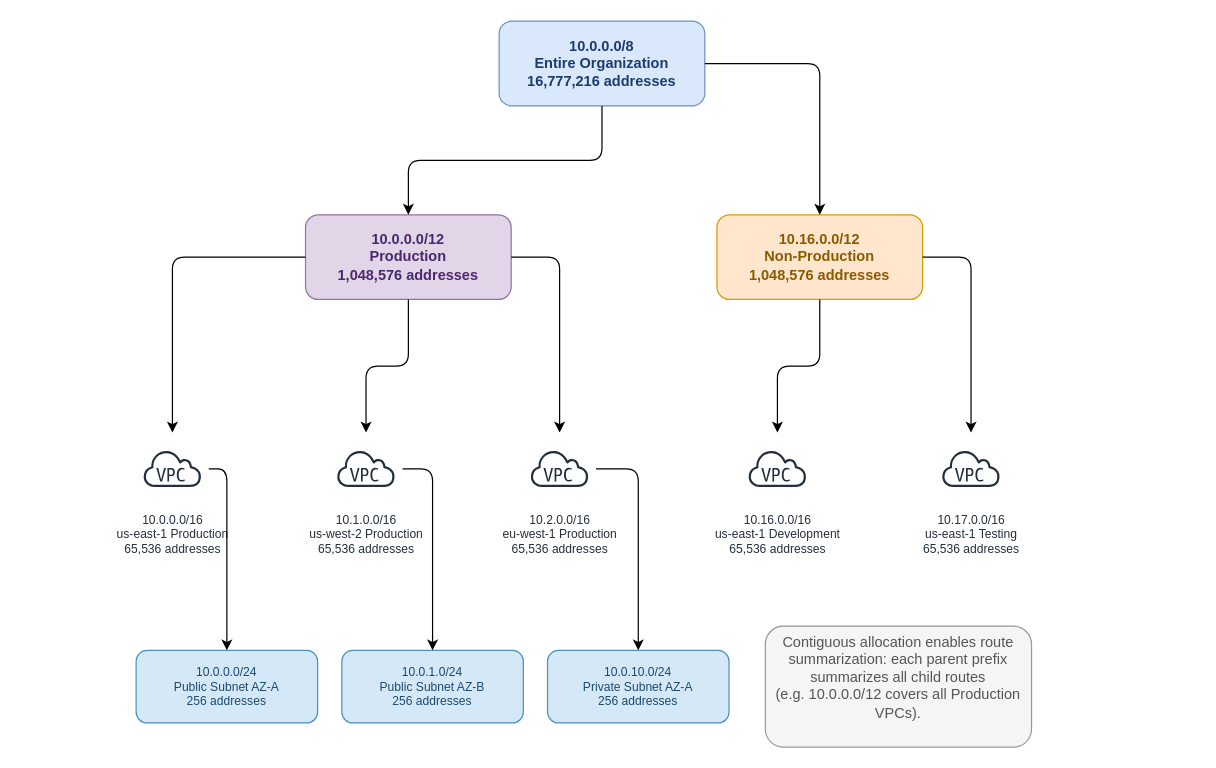
This is content/assets/foundation/cidr-hierarchy.drawio from aws/aws-networking-best-practices, a draw.io file, before an edit. Source tidied: cells renumbered, new cells numbered last; positions are measured from the earlier drawing's top-left corner, leaving out a move shared by most shapes. Both pictures are drawn from the tidied source at 121%, with x=0, y=0 at pixel (136, 21).
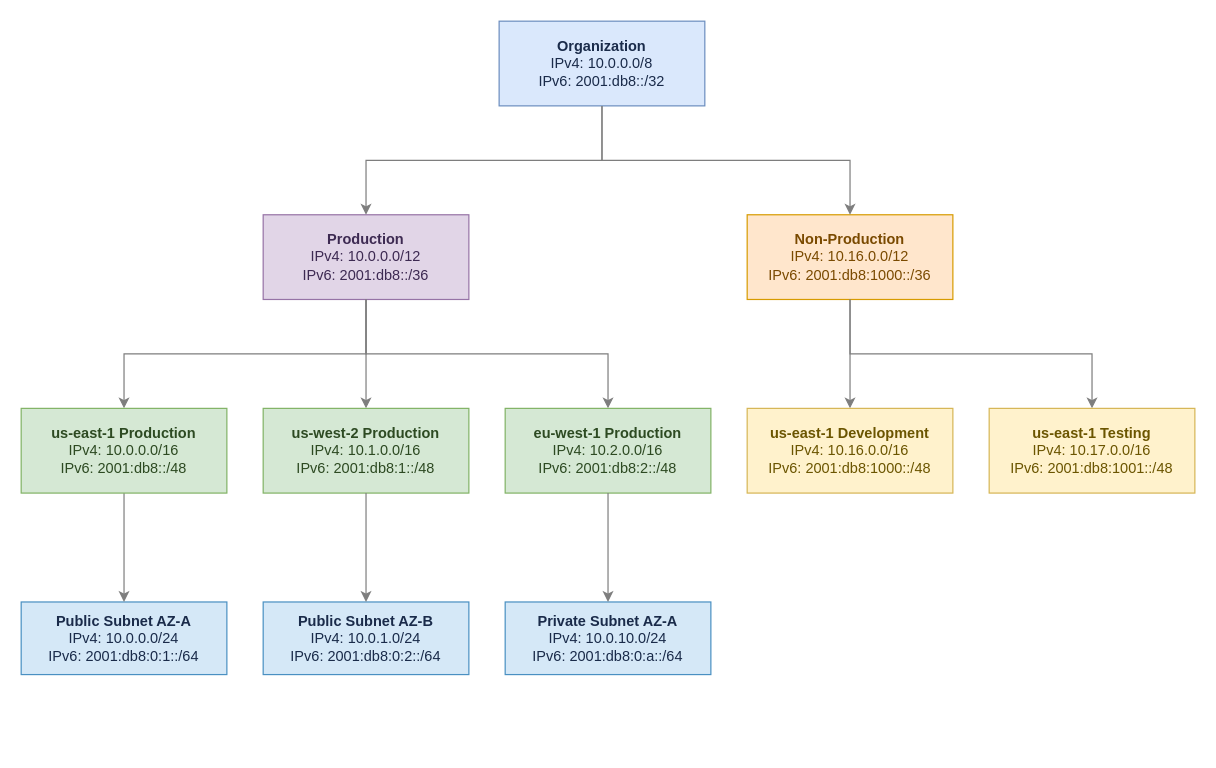
The same page after the edit.

What changed in the source:
```diff
@@
-    <mxCell id="2" value="10.0.0.0/8&#10;Entire Organization&#10;16,777,216 addresses" style="rounded=1;whiteSpace=wrap;html=1;fillColor=#dae8fc;strokeColor=#6c8ebf;fontColor=#1a3c6e;fontStyle=1;" parent="1" vertex="1">
+    <mxCell id="2" value="&lt;b style=&quot;color: rgb(26, 43, 74);&quot;&gt;Organization&lt;/b&gt;&lt;br style=&quot;color: rgb(26, 43, 74); font-weight: 400;&quot;&gt;&lt;span style=&quot;color: rgb(26, 43, 74); font-weight: 400;&quot;&gt;IPv4: 10.0.0.0/8&lt;/span&gt;&lt;br style=&quot;color: rgb(26, 43, 74); font-weight: 400;&quot;&gt;&lt;span style=&quot;color: rgb(26, 43, 74); font-weight: 400;&quot;&gt;IPv6: 2001:db8::/32&lt;/span&gt;" style="rounded=0;whiteSpace=wrap;html=1;fillColor=#dae8fc;strokeColor=#6c8ebf;fontColor=#1a3c6e;fontStyle=1;" parent="1" vertex="1">
       <mxGeometry x="300" width="170" height="70" as="geometry" />
     </mxCell>
-    <mxCell id="3" value="10.0.0.0/12&#10;Production&#10;1,048,576 addresses" style="rounded=1;whiteSpace=wrap;html=1;fillColor=#e1d5e7;strokeColor=#9673a6;fontColor=#4b286d;fontStyle=1;" parent="1" vertex="1">
-      <mxGeometry x="140" y="160" width="170" height="70" as="geometry" />
+    <mxCell id="3" value="&lt;b style=&quot;color: rgb(61, 42, 82);&quot;&gt;Production&lt;/b&gt;&lt;br style=&quot;color: rgb(61, 42, 82); font-weight: 400;&quot;&gt;&lt;span style=&quot;color: rgb(61, 42, 82); font-weight: 400;&quot;&gt;IPv4: 10.0.0.0/12&lt;/span&gt;&lt;br style=&quot;color: rgb(61, 42, 82); font-weight: 400;&quot;&gt;&lt;span style=&quot;color: rgb(61, 42, 82); font-weight: 400;&quot;&gt;IPv6: 2001:db8::/36&lt;/span&gt;" style="rounded=0;whiteSpace=wrap;html=1;fillColor=#e1d5e7;strokeColor=#9673a6;fontColor=#4b286d;fontStyle=1;" parent="1" vertex="1">
+      <mxGeometry x="105" y="160" width="170" height="70" as="geometry" />
     </mxCell>
-    <mxCell id="4" value="10.16.0.0/12&#10;Non-Production&#10;1,048,576 addresses" style="rounded=1;whiteSpace=wrap;html=1;fillColor=#ffe6cc;strokeColor=#d79b00;fontColor=#8a5a00;fontStyle=1;" parent="1" vertex="1">
-      <mxGeometry x="480" y="160" width="170" height="70" as="geometry" />
+    <mxCell id="4" value="&lt;b style=&quot;color: rgb(122, 74, 0);&quot;&gt;Non-Production&lt;/b&gt;&lt;br style=&quot;color: rgb(122, 74, 0); font-weight: 400;&quot;&gt;&lt;span style=&quot;color: rgb(122, 74, 0); font-weight: 400;&quot;&gt;IPv4: 10.16.0.0/12&lt;/span&gt;&lt;br style=&quot;color: rgb(122, 74, 0); font-weight: 400;&quot;&gt;&lt;span style=&quot;color: rgb(122, 74, 0); font-weight: 400;&quot;&gt;IPv6: 2001:db8:1000::/36&lt;/span&gt;" style="rounded=0;whiteSpace=wrap;html=1;fillColor=#ffe6cc;strokeColor=#d79b00;fontColor=#8a5a00;fontStyle=1;" parent="1" vertex="1">
+      <mxGeometry x="505" y="160" width="170" height="70" as="geometry" />
     </mxCell>
-    <mxCell id="5" value="10.0.0.0/16&#10;us-east-1 Production&#10;65,536 addresses" style="sketch=0;outlineConnect=0;fontColor=#232F3E;gradientColor=none;strokeColor=#232F3E;fillColor=#ffffff;dashed=0;verticalLabelPosition=bottom;verticalAlign=top;align=center;html=1;fontSize=10;fontStyle=0;shape=mxgraph.aws4.resourceIcon;resIcon=mxgraph.aws4.virtual_private_cloud;" parent="1" vertex="1">
-      <mxGeometry y="340" width="60" height="60" as="geometry" />
-    </mxCell>
-    <mxCell id="6" value="10.16.0.0/16&#10;us-east-1 Development&#10;65,536 addresses" style="sketch=0;outlineConnect=0;fontColor=#232F3E;gradientColor=none;strokeColor=#232F3E;fillColor=none;dashed=0;verticalLabelPosition=bottom;verticalAlign=top;align=center;html=1;fontSize=10;fontStyle=0;shape=mxgraph.aws4.resourceIcon;resIcon=mxgraph.aws4.virtual_private_cloud;" parent="1" vertex="1">
-      <mxGeometry x="500" y="340" width="60" height="60" as="geometry" />
-    </mxCell>
-    <mxCell id="7" value="10.17.0.0/16&#10;us-east-1 Testing&#10;65,536 addresses" style="sketch=0;outlineConnect=0;fontColor=#232F3E;gradientColor=none;strokeColor=#232F3E;fillColor=none;dashed=0;verticalLabelPosition=bottom;verticalAlign=top;align=center;html=1;fontSize=10;fontStyle=0;shape=mxgraph.aws4.resourceIcon;resIcon=mxgraph.aws4.virtual_private_cloud;" parent="1" vertex="1">
-      <mxGeometry x="660" y="340" width="60" height="60" as="geometry" />
-    </mxCell>
-    <mxCell id="8" value="10.0.0.0/24&#10;Public Subnet AZ-A&#10;256 addresses" style="rounded=1;whiteSpace=wrap;html=1;fillColor=#d5e8f7;strokeColor=#4a90c2;fontColor=#1a4a6e;fontSize=10;" parent="1" vertex="1">
-      <mxGeometry y="520" width="150" height="60" as="geometry" />
+    <mxCell id="8" value="&lt;b style=&quot;color: rgb(26, 43, 74); font-size: 12px; text-align: left;&quot;&gt;Public Subnet AZ-A&lt;/b&gt;&lt;br style=&quot;color: rgb(26, 43, 74); font-size: 12px; text-align: left;&quot;&gt;&lt;span style=&quot;color: rgb(26, 43, 74); font-size: 12px; text-align: left;&quot;&gt;IPv4: 10.0.0.0/24&lt;/span&gt;&lt;br style=&quot;color: rgb(26, 43, 74); font-size: 12px; text-align: left;&quot;&gt;&lt;span style=&quot;color: rgb(26, 43, 74); font-size: 12px; text-align: left;&quot;&gt;IPv6: 2001:db8:0:1::/64&lt;/span&gt;" style="rounded=0;whiteSpace=wrap;html=1;fillColor=#d5e8f7;strokeColor=#4a90c2;fontColor=#1a4a6e;fontSize=10;" parent="1" vertex="1">
+      <mxGeometry x="-95" y="480" width="170" height="60" as="geometry" />
     </mxCell>
-    <mxCell id="9" value="10.0.1.0/24&#10;Public Subnet AZ-B&#10;256 addresses" style="rounded=1;whiteSpace=wrap;html=1;fillColor=#d5e8f7;strokeColor=#4a90c2;fontColor=#1a4a6e;fontSize=10;" parent="1" vertex="1">
-      <mxGeometry x="170" y="520" width="150" height="60" as="geometry" />
-    </mxCell>
-    <mxCell id="10" value="10.0.10.0/24&#10;Private Subnet AZ-A&#10;256 addresses" style="rounded=1;whiteSpace=wrap;html=1;fillColor=#d5e8f7;strokeColor=#4a90c2;fontColor=#1a4a6e;fontSize=10;" parent="1" vertex="1">
-      <mxGeometry x="340" y="520" width="150" height="60" as="geometry" />
-    </mxCell>
-    <mxCell id="11" style="edgeStyle=orthogonalEdgeStyle;rounded=1;html=1;" parent="1" edge="1" source="2" target="3">
+    <mxCell id="11" style="edgeStyle=orthogonalEdgeStyle;rounded=0;html=1;strokeColor=light-dark(#7E7E7E,#7E7E7E);exitX=0.5;exitY=1;exitDx=0;exitDy=0;curved=0;" parent="1" edge="1" source="2" target="3">
       <mxGeometry relative="1" as="geometry" />
     </mxCell>
-    <mxCell id="12" style="edgeStyle=orthogonalEdgeStyle;rounded=1;html=1;" parent="1" edge="1" source="2" target="4">
+    <mxCell id="12" style="edgeStyle=orthogonalEdgeStyle;rounded=0;html=1;strokeColor=light-dark(#7E7E7E,#7E7E7E);exitX=0.5;exitY=1;exitDx=0;exitDy=0;curved=0;" parent="1" edge="1" source="2" target="4">
       <mxGeometry relative="1" as="geometry" />
     </mxCell>
-    <mxCell id="13" style="edgeStyle=orthogonalEdgeStyle;rounded=1;html=1;" parent="1" edge="1" source="3" target="5">
+    <mxCell id="13" style="edgeStyle=orthogonalEdgeStyle;rounded=0;html=1;strokeColor=light-dark(#7E7E7E,#7E7E7E);exitX=0.5;exitY=1;exitDx=0;exitDy=0;curved=0;entryX=0.5;entryY=0;entryDx=0;entryDy=0;" parent="1" edge="1" source="3" target="25">
       <mxGeometry relative="1" as="geometry" />
     </mxCell>
-    <mxCell id="14" style="edgeStyle=orthogonalEdgeStyle;rounded=1;html=1;" parent="1" edge="1" source="3" target="22">
+    <mxCell id="14" style="edgeStyle=orthogonalEdgeStyle;rounded=0;html=1;strokeColor=light-dark(#7E7E7E,#7E7E7E);curved=0;entryX=0.5;entryY=0;entryDx=0;entryDy=0;" parent="1" edge="1" source="3" target="26">
       <mxGeometry relative="1" as="geometry" />
     </mxCell>
-    <mxCell id="15" style="edgeStyle=orthogonalEdgeStyle;rounded=1;html=1;" parent="1" edge="1" source="3" target="23">
+    <mxCell id="15" style="edgeStyle=orthogonalEdgeStyle;rounded=0;html=1;strokeColor=light-dark(#7E7E7E,#7E7E7E);exitX=0.5;exitY=1;exitDx=0;exitDy=0;curved=0;entryX=0.5;entryY=0;entryDx=0;entryDy=0;" parent="1" edge="1" source="3" target="27">
       <mxGeometry relative="1" as="geometry" />
     </mxCell>
-    <mxCell id="16" style="edgeStyle=orthogonalEdgeStyle;rounded=1;html=1;" parent="1" edge="1" source="4" target="6">
+    <mxCell id="16" style="edgeStyle=orthogonalEdgeStyle;rounded=0;html=1;strokeColor=light-dark(#7E7E7E,#7E7E7E);curved=0;entryX=0.5;entryY=0;entryDx=0;entryDy=0;" parent="1" edge="1" source="4" target="28">
       <mxGeometry relative="1" as="geometry" />
     </mxCell>
-    <mxCell id="17" style="edgeStyle=orthogonalEdgeStyle;rounded=1;html=1;" parent="1" edge="1" source="4" target="7">
+    <mxCell id="17" style="edgeStyle=orthogonalEdgeStyle;rounded=0;html=1;strokeColor=light-dark(#7E7E7E,#7E7E7E);exitX=0.5;exitY=1;exitDx=0;exitDy=0;curved=0;" parent="1" edge="1" source="4" target="29">
       <mxGeometry relative="1" as="geometry" />
     </mxCell>
-    <mxCell id="18" style="edgeStyle=orthogonalEdgeStyle;rounded=1;html=1;" parent="1" edge="1" source="5" target="8">
-      <mxGeometry relative="1" as="geometry">
-        <Array as="points">
-          <mxPoint x="75" y="370" />
-        </Array>
-      </mxGeometry>
-    </mxCell>
-    <mxCell id="19" style="edgeStyle=orthogonalEdgeStyle;rounded=1;html=1;" parent="1" edge="1" source="22" target="9">
-      <mxGeometry relative="1" as="geometry">
-        <Array as="points">
-          <mxPoint x="245" y="370" />
-        </Array>
-      </mxGeometry>
-    </mxCell>
-    <mxCell id="20" style="edgeStyle=orthogonalEdgeStyle;rounded=1;html=1;" parent="1" edge="1" source="23" target="10">
-      <mxGeometry relative="1" as="geometry">
-        <Array as="points">
-          <mxPoint x="415" y="370" />
-        </Array>
-      </mxGeometry>
-    </mxCell>
-    <mxCell id="21" value="Contiguous allocation enables route summarization: each parent prefix summarizes all child routes&lt;br&gt;(e.g. 10.0.0.0/12 covers all Production VPCs)." style="text;html=1;align=center;verticalAlign=top;whiteSpace=wrap;fillColor=#f5f5f5;strokeColor=#999999;fontColor=#555555;fontSize=12;rounded=1;" parent="1" vertex="1">
-      <mxGeometry x="520" y="500" width="220" height="100" as="geometry" />
-    </mxCell>
-    <mxCell id="22" value="10.1.0.0/16&#10;us-west-2 Production&#10;65,536 addresses" style="sketch=0;outlineConnect=0;fontColor=#232F3E;gradientColor=none;strokeColor=#232F3E;fillColor=#ffffff;dashed=0;verticalLabelPosition=bottom;verticalAlign=top;align=center;html=1;fontSize=10;fontStyle=0;shape=mxgraph.aws4.resourceIcon;resIcon=mxgraph.aws4.virtual_private_cloud;" parent="1" vertex="1">
-      <mxGeometry x="160" y="340" width="60" height="60" as="geometry" />
-    </mxCell>
-    <mxCell id="23" value="10.2.0.0/16&#10;eu-west-1 Production&#10;65,536 addresses" style="sketch=0;outlineConnect=0;fontColor=#232F3E;gradientColor=none;strokeColor=#232F3E;fillColor=#ffffff;dashed=0;verticalLabelPosition=bottom;verticalAlign=top;align=center;html=1;fontSize=10;fontStyle=0;shape=mxgraph.aws4.resourceIcon;resIcon=mxgraph.aws4.virtual_private_cloud;" parent="1" vertex="1">
-      <mxGeometry x="320" y="340" width="60" height="60" as="geometry" />
-    </mxCell>
+    <mxCell id="24" style="edgeStyle=orthogonalEdgeStyle;rounded=0;jettySize=auto;html=1;strokeColor=light-dark(#7E7E7E,#7E7E7E);" parent="1" edge="1" source="25" target="8">
+      <mxGeometry relative="1" as="geometry" />
+    </mxCell>
+    <mxCell id="25" value="&lt;b style=&quot;color: rgb(45, 74, 34); text-align: left;&quot;&gt;us-east-1 Production&lt;/b&gt;&lt;br style=&quot;color: rgb(45, 74, 34); font-weight: 400; text-align: left;&quot;&gt;&lt;span style=&quot;color: rgb(45, 74, 34); font-weight: 400; text-align: left;&quot;&gt;IPv4: 10.0.0.0/16&lt;/span&gt;&lt;br style=&quot;color: rgb(45, 74, 34); font-weight: 400; text-align: left;&quot;&gt;&lt;span style=&quot;color: rgb(45, 74, 34); font-weight: 400; text-align: left;&quot;&gt;IPv6: 2001:db8::/48&lt;/span&gt;" style="rounded=0;whiteSpace=wrap;html=1;fillColor=#D5E8D4;strokeColor=#82B366;fontColor=#4b286d;fontStyle=1;" parent="1" vertex="1">
+      <mxGeometry x="-95" y="320" width="170" height="70" as="geometry" />
+    </mxCell>
+    <mxCell id="26" value="&lt;b style=&quot;color: rgb(45, 74, 34); text-align: left;&quot;&gt;us-west-2 Production&lt;/b&gt;&lt;br style=&quot;color: rgb(45, 74, 34); font-weight: 400; text-align: left;&quot;&gt;&lt;span style=&quot;color: rgb(45, 74, 34); font-weight: 400; text-align: left;&quot;&gt;IPv4: 10.1.0.0/16&lt;/span&gt;&lt;br style=&quot;color: rgb(45, 74, 34); font-weight: 400; text-align: left;&quot;&gt;&lt;span style=&quot;color: rgb(45, 74, 34); font-weight: 400; text-align: left;&quot;&gt;IPv6: 2001:db8:1::/48&lt;/span&gt;" style="rounded=0;whiteSpace=wrap;html=1;fillColor=#D5E8D4;strokeColor=#82B366;fontColor=#4b286d;fontStyle=1;" parent="1" vertex="1">
+      <mxGeometry x="105" y="320" width="170" height="70" as="geometry" />
+    </mxCell>
+    <mxCell id="27" value="&lt;b style=&quot;color: rgb(45, 74, 34); text-align: left;&quot;&gt;eu-west-1 Production&lt;/b&gt;&lt;br style=&quot;color: rgb(45, 74, 34); font-weight: 400; text-align: left;&quot;&gt;&lt;span style=&quot;color: rgb(45, 74, 34); font-weight: 400; text-align: left;&quot;&gt;IPv4: 10.2.0.0/16&lt;/span&gt;&lt;br style=&quot;color: rgb(45, 74, 34); font-weight: 400; text-align: left;&quot;&gt;&lt;span style=&quot;color: rgb(45, 74, 34); font-weight: 400; text-align: left;&quot;&gt;IPv6: 2001:db8:2::/48&lt;/span&gt;" style="rounded=0;whiteSpace=wrap;html=1;fillColor=#D5E8D4;strokeColor=#82B366;fontColor=#4b286d;fontStyle=1;" parent="1" vertex="1">
+      <mxGeometry x="305" y="320" width="170" height="70" as="geometry" />
+    </mxCell>
+    <mxCell id="28" value="&lt;b style=&quot;color: rgb(107, 85, 0); text-align: left;&quot;&gt;us-east-1 Development&lt;/b&gt;&lt;br style=&quot;color: rgb(107, 85, 0); font-weight: 400; text-align: left;&quot;&gt;&lt;span style=&quot;color: rgb(107, 85, 0); font-weight: 400; text-align: left;&quot;&gt;IPv4: 10.16.0.0/16&lt;/span&gt;&lt;br style=&quot;color: rgb(107, 85, 0); font-weight: 400; text-align: left;&quot;&gt;&lt;span style=&quot;color: rgb(107, 85, 0); font-weight: 400; text-align: left;&quot;&gt;IPv6: 2001:db8:1000::/48&lt;/span&gt;" style="rounded=0;whiteSpace=wrap;html=1;fillColor=#FFF2CC;strokeColor=#D6B656;fontColor=#8a5a00;fontStyle=1;" parent="1" vertex="1">
+      <mxGeometry x="505" y="320" width="170" height="70" as="geometry" />
+    </mxCell>
+    <mxCell id="29" value="&lt;b style=&quot;color: rgb(107, 85, 0); text-align: left;&quot;&gt;us-east-1 Testing&lt;/b&gt;&lt;br style=&quot;color: rgb(107, 85, 0); font-weight: 400; text-align: left;&quot;&gt;&lt;span style=&quot;color: rgb(107, 85, 0); font-weight: 400; text-align: left;&quot;&gt;IPv4: 10.17.0.0/16&lt;/span&gt;&lt;br style=&quot;color: rgb(107, 85, 0); font-weight: 400; text-align: left;&quot;&gt;&lt;span style=&quot;color: rgb(107, 85, 0); font-weight: 400; text-align: left;&quot;&gt;IPv6: 2001:db8:1001::/48&lt;/span&gt;" style="rounded=0;whiteSpace=wrap;html=1;fillColor=#FFF2CC;strokeColor=#D6B656;fontColor=#8a5a00;fontStyle=1;" parent="1" vertex="1">
+      <mxGeometry x="705" y="320" width="170" height="70" as="geometry" />
+    </mxCell>
+    <mxCell id="30" value="&lt;b style=&quot;color: rgb(26, 43, 74); font-size: 12px; text-align: left;&quot;&gt;Public Subnet AZ-B&lt;/b&gt;&lt;br style=&quot;color: rgb(26, 43, 74); font-size: 12px; text-align: left;&quot;&gt;&lt;span style=&quot;color: rgb(26, 43, 74); font-size: 12px; text-align: left;&quot;&gt;IPv4: 10.0.1.0/24&lt;/span&gt;&lt;br style=&quot;color: rgb(26, 43, 74); font-size: 12px; text-align: left;&quot;&gt;&lt;span style=&quot;color: rgb(26, 43, 74); font-size: 12px; text-align: left;&quot;&gt;IPv6: 2001:db8:0:2::/64&lt;/span&gt;" style="rounded=0;whiteSpace=wrap;html=1;fillColor=#d5e8f7;strokeColor=#4a90c2;fontColor=#1a4a6e;fontSize=10;" parent="1" vertex="1">
+      <mxGeometry x="105" y="480" width="170" height="60" as="geometry" />
+    </mxCell>
+    <mxCell id="31" value="&lt;b style=&quot;color: rgb(26, 43, 74); font-size: 12px; text-align: left;&quot;&gt;Private Subnet AZ-A&lt;/b&gt;&lt;br style=&quot;color: rgb(26, 43, 74); font-size: 12px; text-align: left;&quot;&gt;&lt;span style=&quot;color: rgb(26, 43, 74); font-size: 12px; text-align: left;&quot;&gt;IPv4: 10.0.10.0/24&lt;/span&gt;&lt;br style=&quot;color: rgb(26, 43, 74); font-size: 12px; text-align: left;&quot;&gt;&lt;span style=&quot;color: rgb(26, 43, 74); font-size: 12px; text-align: left;&quot;&gt;IPv6: 2001:db8:0:a::/64&lt;/span&gt;" style="rounded=0;whiteSpace=wrap;html=1;fillColor=#d5e8f7;strokeColor=#4a90c2;fontColor=#1a4a6e;fontSize=10;" parent="1" vertex="1">
+      <mxGeometry x="305" y="480" width="170" height="60" as="geometry" />
+    </mxCell>
+    <mxCell id="32" style="edgeStyle=orthogonalEdgeStyle;rounded=0;jettySize=auto;html=1;strokeColor=light-dark(#7E7E7E,#7E7E7E);exitX=0.5;exitY=1;exitDx=0;exitDy=0;entryX=0.5;entryY=0;entryDx=0;entryDy=0;" parent="1" edge="1" source="26" target="30">
+      <mxGeometry relative="1" as="geometry" />
+    </mxCell>
+    <mxCell id="33" style="edgeStyle=orthogonalEdgeStyle;rounded=0;jettySize=auto;html=1;strokeColor=light-dark(#7E7E7E,#7E7E7E);" parent="1" edge="1" source="27" target="31">
+      <mxGeometry relative="1" as="geometry" />
+    </mxCell>
```
